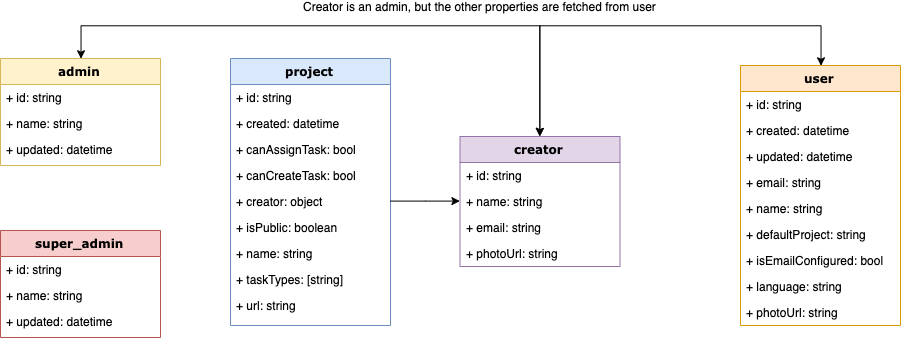
The draw.io diagram docs/firestore_schema.png in Metaburn/doocrate, before a commit. Source tidied: cells renumbered, new cells last; positions are measured from the earlier drawing's top-left corner, leaving out a move shared by most shapes. Source of this version:
```xml
<mxGraphModel background="#ffffff">
  <root>
    <mxCell id="0" />
    <mxCell id="1" parent="0" />
    <mxCell id="2" style="edgeStyle=orthogonalEdgeStyle;rounded=0;jettySize=auto;html=1;exitX=0.5;exitY=0;exitDx=0;exitDy=0;entryX=0.5;entryY=0;entryDx=0;entryDy=0;startArrow=classic;startFill=1;" parent="1" edge="1" source="4" target="20">
      <mxGeometry relative="1" as="geometry">
        <Array as="points">
          <mxPoint x="81" />
          <mxPoint x="539" />
        </Array>
      </mxGeometry>
    </mxCell>
    <mxCell id="3" value="Creator is an admin, but the other properties are fetched from user" style="text;html=1;align=center;verticalAlign=middle;labelBackgroundColor=#ffffff;" parent="2" vertex="1">
      <mxGeometry x="-0.05" y="-1" relative="1" as="geometry">
        <mxPoint x="145.5" y="-21" as="offset" />
      </mxGeometry>
    </mxCell>
    <mxCell id="4" value="admin" style="swimlane;html=1;fontStyle=1;align=center;verticalAlign=top;horizontal=1;startSize=26;swimlaneFillColor=#ffffff;rounded=0;shadow=0;comic=0;labelBackgroundColor=none;strokeWidth=1;fillColor=#fff2cc;fontFamily=Verdana;fontSize=12;strokeColor=#d6b656;" parent="1" vertex="1">
      <mxGeometry y="33" width="160" height="107" as="geometry" />
    </mxCell>
    <mxCell id="5" value="+ id: string" style="text;html=1;strokeColor=none;fillColor=none;align=left;verticalAlign=top;spacingLeft=4;spacingRight=4;whiteSpace=wrap;overflow=hidden;points=[[0,0.5],[1,0.5]];portConstraint=eastwest;" parent="4" vertex="1">
      <mxGeometry y="26" width="160" height="26" as="geometry" />
    </mxCell>
    <mxCell id="6" value="+ name: string" style="text;html=1;strokeColor=none;fillColor=none;align=left;verticalAlign=top;spacingLeft=4;spacingRight=4;whiteSpace=wrap;overflow=hidden;" parent="4" vertex="1">
      <mxGeometry y="52" width="160" height="26" as="geometry" />
    </mxCell>
    <mxCell id="7" value="+ updated: datetime" style="text;html=1;strokeColor=none;fillColor=none;align=left;verticalAlign=top;spacingLeft=4;spacingRight=4;whiteSpace=wrap;overflow=hidden;" parent="4" vertex="1">
      <mxGeometry y="78" width="160" height="26" as="geometry" />
    </mxCell>
    <mxCell id="8" value="project" style="swimlane;html=1;fontStyle=1;align=center;verticalAlign=top;horizontal=1;startSize=26;swimlaneFillColor=#ffffff;rounded=0;shadow=0;comic=0;labelBackgroundColor=none;strokeWidth=1;fillColor=#dae8fc;fontFamily=Verdana;fontSize=12;strokeColor=#6c8ebf;" parent="1" vertex="1">
      <mxGeometry x="230" y="33" width="160" height="267" as="geometry" />
    </mxCell>
    <mxCell id="9" value="+ id: string" style="text;html=1;strokeColor=none;fillColor=none;align=left;verticalAlign=top;spacingLeft=4;spacingRight=4;whiteSpace=wrap;overflow=hidden;points=[[0,0.5],[1,0.5]];portConstraint=eastwest;" parent="8" vertex="1">
      <mxGeometry y="26" width="160" height="26" as="geometry" />
    </mxCell>
    <mxCell id="10" value="+ created: datetime" style="text;html=1;strokeColor=none;fillColor=none;align=left;verticalAlign=top;spacingLeft=4;spacingRight=4;whiteSpace=wrap;overflow=hidden;" parent="8" vertex="1">
      <mxGeometry y="52" width="160" height="26" as="geometry" />
    </mxCell>
    <mxCell id="11" value="+ canAssignTask: bool" style="text;html=1;strokeColor=none;fillColor=none;align=left;verticalAlign=top;spacingLeft=4;spacingRight=4;whiteSpace=wrap;overflow=hidden;" parent="8" vertex="1">
      <mxGeometry y="78" width="160" height="26" as="geometry" />
    </mxCell>
    <mxCell id="12" value="+ canCreateTask: bool" style="text;html=1;strokeColor=none;fillColor=none;align=left;verticalAlign=top;spacingLeft=4;spacingRight=4;whiteSpace=wrap;overflow=hidden;" parent="8" vertex="1">
      <mxGeometry y="104" width="160" height="26" as="geometry" />
    </mxCell>
    <mxCell id="13" value="+ creator: object" style="text;html=1;strokeColor=none;fillColor=none;align=left;verticalAlign=top;spacingLeft=4;spacingRight=4;whiteSpace=wrap;overflow=hidden;points=[[0,0.5],[1,0.5]];portConstraint=eastwest;" parent="8" vertex="1">
      <mxGeometry y="130" width="160" height="26" as="geometry" />
    </mxCell>
    <mxCell id="14" value="+ isPublic: boolean" style="text;html=1;strokeColor=none;fillColor=none;align=left;verticalAlign=top;spacingLeft=4;spacingRight=4;whiteSpace=wrap;overflow=hidden;" parent="8" vertex="1">
      <mxGeometry y="156" width="160" height="26" as="geometry" />
    </mxCell>
    <mxCell id="15" value="+ name: string" style="text;html=1;strokeColor=none;fillColor=none;align=left;verticalAlign=top;spacingLeft=4;spacingRight=4;whiteSpace=wrap;overflow=hidden;" parent="8" vertex="1">
      <mxGeometry y="182" width="160" height="26" as="geometry" />
    </mxCell>
    <mxCell id="16" value="+ taskTypes: [string]" style="text;html=1;strokeColor=none;fillColor=none;align=left;verticalAlign=top;spacingLeft=4;spacingRight=4;whiteSpace=wrap;overflow=hidden;" parent="8" vertex="1">
      <mxGeometry y="208" width="160" height="26" as="geometry" />
    </mxCell>
    <mxCell id="17" value="+ url: string" style="text;html=1;strokeColor=none;fillColor=none;align=left;verticalAlign=top;spacingLeft=4;spacingRight=4;whiteSpace=wrap;overflow=hidden;" parent="8" vertex="1">
      <mxGeometry y="234" width="160" height="26" as="geometry" />
    </mxCell>
    <mxCell id="18" style="edgeStyle=orthogonalEdgeStyle;rounded=0;jettySize=auto;html=1;entryX=0;entryY=0.5;entryDx=0;entryDy=0;" parent="1" edge="1" source="13" target="22">
      <mxGeometry relative="1" as="geometry" />
    </mxCell>
    <mxCell id="19" style="edgeStyle=orthogonalEdgeStyle;rounded=0;jettySize=auto;html=1;exitX=0.5;exitY=0;exitDx=0;exitDy=0;entryX=0.5;entryY=0;entryDx=0;entryDy=0;startArrow=classic;startFill=1;" parent="1" edge="1" source="20" target="29">
      <mxGeometry relative="1" as="geometry">
        <Array as="points">
          <mxPoint x="539" />
          <mxPoint x="821" />
        </Array>
      </mxGeometry>
    </mxCell>
    <mxCell id="20" value="creator" style="swimlane;html=1;fontStyle=1;align=center;verticalAlign=top;horizontal=1;startSize=26;swimlaneFillColor=#ffffff;rounded=0;shadow=0;comic=0;labelBackgroundColor=none;strokeWidth=1;fillColor=#e1d5e7;fontFamily=Verdana;fontSize=12;strokeColor=#9673a6;" parent="1" vertex="1">
      <mxGeometry x="459.5" y="111" width="160" height="130" as="geometry" />
    </mxCell>
    <mxCell id="21" value="+ id: string" style="text;html=1;strokeColor=none;fillColor=none;align=left;verticalAlign=top;spacingLeft=4;spacingRight=4;whiteSpace=wrap;overflow=hidden;points=[[0,0.5],[1,0.5]];portConstraint=eastwest;" parent="20" vertex="1">
      <mxGeometry y="26" width="160" height="26" as="geometry" />
    </mxCell>
    <mxCell id="22" value="+ name: string" style="text;html=1;strokeColor=none;fillColor=none;align=left;verticalAlign=top;spacingLeft=4;spacingRight=4;whiteSpace=wrap;overflow=hidden;points=[[0,0.5],[1,0.5]];portConstraint=eastwest;" parent="20" vertex="1">
      <mxGeometry y="52" width="160" height="26" as="geometry" />
    </mxCell>
    <mxCell id="23" value="+ email: string" style="text;html=1;strokeColor=none;fillColor=none;align=left;verticalAlign=top;spacingLeft=4;spacingRight=4;whiteSpace=wrap;overflow=hidden;" parent="20" vertex="1">
      <mxGeometry y="78" width="160" height="26" as="geometry" />
    </mxCell>
    <mxCell id="24" value="+ photoUrl: string" style="text;html=1;strokeColor=none;fillColor=none;align=left;verticalAlign=top;spacingLeft=4;spacingRight=4;whiteSpace=wrap;overflow=hidden;" parent="20" vertex="1">
      <mxGeometry y="104" width="160" height="26" as="geometry" />
    </mxCell>
    <mxCell id="25" value="super_admin" style="swimlane;html=1;fontStyle=1;align=center;verticalAlign=top;horizontal=1;startSize=26;swimlaneFillColor=#ffffff;rounded=0;shadow=0;comic=0;labelBackgroundColor=none;strokeWidth=1;fillColor=#f8cecc;fontFamily=Verdana;fontSize=12;strokeColor=#b85450;" parent="1" vertex="1">
      <mxGeometry y="205" width="160" height="107" as="geometry" />
    </mxCell>
    <mxCell id="26" value="+ id: string" style="text;html=1;strokeColor=none;fillColor=none;align=left;verticalAlign=top;spacingLeft=4;spacingRight=4;whiteSpace=wrap;overflow=hidden;" parent="25" vertex="1">
      <mxGeometry y="26" width="160" height="26" as="geometry" />
    </mxCell>
    <mxCell id="27" value="+ name: string" style="text;html=1;strokeColor=none;fillColor=none;align=left;verticalAlign=top;spacingLeft=4;spacingRight=4;whiteSpace=wrap;overflow=hidden;" parent="25" vertex="1">
      <mxGeometry y="52" width="160" height="26" as="geometry" />
    </mxCell>
    <mxCell id="28" value="+ updated: datetime" style="text;html=1;strokeColor=none;fillColor=none;align=left;verticalAlign=top;spacingLeft=4;spacingRight=4;whiteSpace=wrap;overflow=hidden;" parent="25" vertex="1">
      <mxGeometry y="78" width="160" height="26" as="geometry" />
    </mxCell>
    <mxCell id="29" value="user" style="swimlane;html=1;fontStyle=1;align=center;verticalAlign=top;horizontal=1;startSize=26;swimlaneFillColor=#ffffff;rounded=0;shadow=0;comic=0;labelBackgroundColor=none;strokeWidth=1;fillColor=#ffe6cc;fontFamily=Verdana;fontSize=12;strokeColor=#d79b00;" parent="1" vertex="1">
      <mxGeometry x="740" y="40" width="160" height="260" as="geometry" />
    </mxCell>
    <mxCell id="30" value="+ id: string" style="text;html=1;strokeColor=none;fillColor=none;align=left;verticalAlign=top;spacingLeft=4;spacingRight=4;whiteSpace=wrap;overflow=hidden;points=[[0,0.5],[1,0.5]];portConstraint=eastwest;" parent="29" vertex="1">
      <mxGeometry y="26" width="160" height="26" as="geometry" />
    </mxCell>
    <mxCell id="31" value="+ created: datetime" style="text;html=1;strokeColor=none;fillColor=none;align=left;verticalAlign=top;spacingLeft=4;spacingRight=4;whiteSpace=wrap;overflow=hidden;" parent="29" vertex="1">
      <mxGeometry y="52" width="160" height="26" as="geometry" />
    </mxCell>
    <mxCell id="32" value="+ updated: datetime" style="text;html=1;strokeColor=none;fillColor=none;align=left;verticalAlign=top;spacingLeft=4;spacingRight=4;whiteSpace=wrap;overflow=hidden;" parent="29" vertex="1">
      <mxGeometry y="78" width="160" height="26" as="geometry" />
    </mxCell>
    <mxCell id="33" value="+ email: string" style="text;html=1;strokeColor=none;fillColor=none;align=left;verticalAlign=top;spacingLeft=4;spacingRight=4;whiteSpace=wrap;overflow=hidden;" parent="29" vertex="1">
      <mxGeometry y="104" width="160" height="26" as="geometry" />
    </mxCell>
    <mxCell id="34" value="+ name: string" style="text;html=1;strokeColor=none;fillColor=none;align=left;verticalAlign=top;spacingLeft=4;spacingRight=4;whiteSpace=wrap;overflow=hidden;" parent="29" vertex="1">
      <mxGeometry y="130" width="160" height="26" as="geometry" />
    </mxCell>
    <mxCell id="35" value="+ defaultProject: string" style="text;html=1;strokeColor=none;fillColor=none;align=left;verticalAlign=top;spacingLeft=4;spacingRight=4;whiteSpace=wrap;overflow=hidden;" parent="29" vertex="1">
      <mxGeometry y="156" width="160" height="26" as="geometry" />
    </mxCell>
    <mxCell id="36" value="+ isEmailConfigured: bool" style="text;html=1;strokeColor=none;fillColor=none;align=left;verticalAlign=top;spacingLeft=4;spacingRight=4;whiteSpace=wrap;overflow=hidden;" parent="29" vertex="1">
      <mxGeometry y="182" width="160" height="26" as="geometry" />
    </mxCell>
    <mxCell id="37" value="+ language: string" style="text;html=1;strokeColor=none;fillColor=none;align=left;verticalAlign=top;spacingLeft=4;spacingRight=4;whiteSpace=wrap;overflow=hidden;" parent="29" vertex="1">
      <mxGeometry y="208" width="160" height="26" as="geometry" />
    </mxCell>
    <mxCell id="38" value="+ photoUrl: string" style="text;html=1;strokeColor=none;fillColor=none;align=left;verticalAlign=top;spacingLeft=4;spacingRight=4;whiteSpace=wrap;overflow=hidden;" parent="29" vertex="1">
      <mxGeometry y="234" width="160" height="26" as="geometry" />
    </mxCell>
  </root>
</mxGraphModel>
```
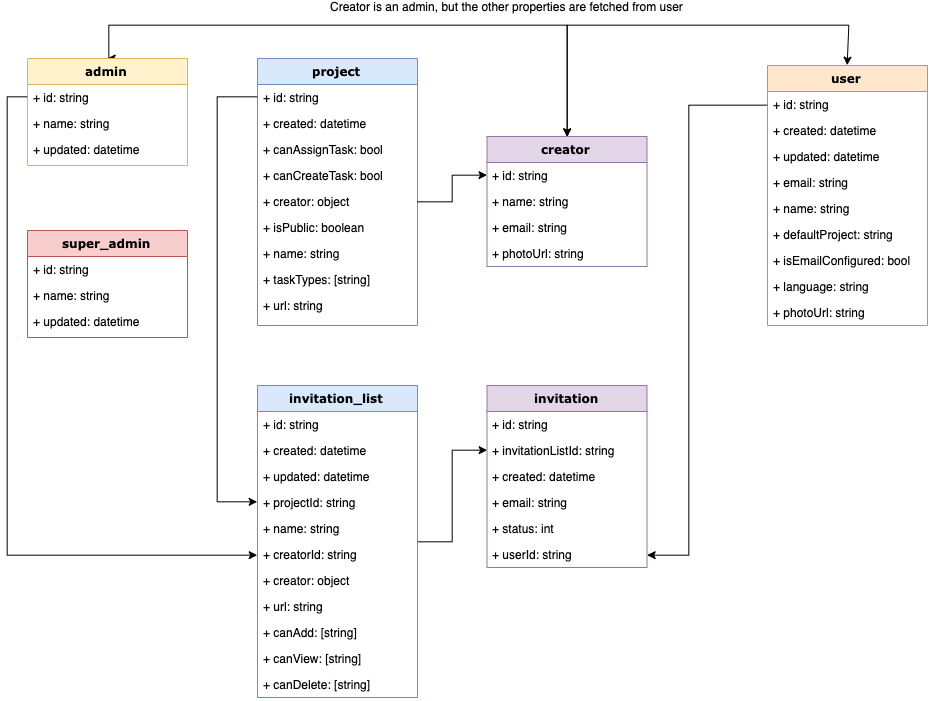
Later version of the same file.

Commit message:
Added database documentation to invitation system feature

Added invitation list and invitation collections for supporting invitation status per user

Diff of the diagram source:
```diff
@@ -57,7 +57,7 @@
     <mxCell id="17" value="+ url: string" style="text;html=1;strokeColor=none;fillColor=none;align=left;verticalAlign=top;spacingLeft=4;spacingRight=4;whiteSpace=wrap;overflow=hidden;" parent="8" vertex="1">
       <mxGeometry y="234" width="160" height="26" as="geometry" />
     </mxCell>
-    <mxCell id="18" style="edgeStyle=orthogonalEdgeStyle;rounded=0;jettySize=auto;html=1;entryX=0;entryY=0.5;entryDx=0;entryDy=0;" parent="1" edge="1" source="13" target="22">
+    <mxCell id="18" style="edgeStyle=orthogonalEdgeStyle;rounded=0;jettySize=auto;html=1;" parent="1" edge="1" source="13" target="21">
       <mxGeometry relative="1" as="geometry" />
     </mxCell>
     <mxCell id="19" style="edgeStyle=orthogonalEdgeStyle;rounded=0;jettySize=auto;html=1;exitX=0.5;exitY=0;exitDx=0;exitDy=0;entryX=0.5;entryY=0;entryDx=0;entryDy=0;startArrow=classic;startFill=1;" parent="1" edge="1" source="20" target="29">
@@ -125,5 +125,84 @@
     <mxCell id="38" value="+ photoUrl: string" style="text;html=1;strokeColor=none;fillColor=none;align=left;verticalAlign=top;spacingLeft=4;spacingRight=4;whiteSpace=wrap;overflow=hidden;" parent="29" vertex="1">
       <mxGeometry y="234" width="160" height="26" as="geometry" />
     </mxCell>
+    <mxCell id="39" style="edgeStyle=orthogonalEdgeStyle;rounded=0;jettySize=auto;html=1;startArrow=none;startFill=0;entryX=0;entryY=0.5;entryDx=0;entryDy=0;" parent="1" edge="1" source="40" target="54">
+      <mxGeometry relative="1" as="geometry" />
+    </mxCell>
+    <mxCell id="40" value="invitation_list" style="swimlane;html=1;fontStyle=1;align=center;verticalAlign=top;horizontal=1;startSize=26;swimlaneFillColor=#ffffff;rounded=0;shadow=0;comic=0;labelBackgroundColor=none;strokeWidth=1;fillColor=#dae8fc;fontFamily=Verdana;fontSize=12;strokeColor=#6c8ebf;" parent="1" vertex="1">
+      <mxGeometry x="230" y="360" width="160" height="312" as="geometry" />
+    </mxCell>
+    <mxCell id="41" value="+ id: string" style="text;html=1;strokeColor=none;fillColor=none;align=left;verticalAlign=top;spacingLeft=4;spacingRight=4;whiteSpace=wrap;overflow=hidden;" parent="40" vertex="1">
+      <mxGeometry y="26" width="160" height="26" as="geometry" />
+    </mxCell>
+    <mxCell id="42" value="+ created: datetime" style="text;html=1;strokeColor=none;fillColor=none;align=left;verticalAlign=top;spacingLeft=4;spacingRight=4;whiteSpace=wrap;overflow=hidden;" parent="40" vertex="1">
+      <mxGeometry y="52" width="160" height="26" as="geometry" />
+    </mxCell>
+    <mxCell id="43" value="+ updated: datetime" style="text;html=1;strokeColor=none;fillColor=none;align=left;verticalAlign=top;spacingLeft=4;spacingRight=4;whiteSpace=wrap;overflow=hidden;" parent="40" vertex="1">
+      <mxGeometry y="78" width="160" height="26" as="geometry" />
+    </mxCell>
+    <mxCell id="44" value="+ projectId: string" style="text;html=1;strokeColor=none;fillColor=none;align=left;verticalAlign=top;spacingLeft=4;spacingRight=4;whiteSpace=wrap;overflow=hidden;points=[[0,0.5],[1,0.5]];portConstraint=eastwest;" parent="40" vertex="1">
+      <mxGeometry y="104" width="160" height="26" as="geometry" />
+    </mxCell>
+    <mxCell id="45" value="+ name: string" style="text;html=1;strokeColor=none;fillColor=none;align=left;verticalAlign=top;spacingLeft=4;spacingRight=4;whiteSpace=wrap;overflow=hidden;" parent="40" vertex="1">
+      <mxGeometry y="130" width="160" height="26" as="geometry" />
+    </mxCell>
+    <mxCell id="46" value="+ creatorId: string" style="text;html=1;strokeColor=none;fillColor=none;align=left;verticalAlign=top;spacingLeft=4;spacingRight=4;whiteSpace=wrap;overflow=hidden;points=[[0,0.5],[1,0.5]];portConstraint=eastwest;" parent="40" vertex="1">
+      <mxGeometry y="156" width="160" height="26" as="geometry" />
+    </mxCell>
+    <mxCell id="47" value="+ creator: object" style="text;html=1;strokeColor=none;fillColor=none;align=left;verticalAlign=top;spacingLeft=4;spacingRight=4;whiteSpace=wrap;overflow=hidden;" parent="40" vertex="1">
+      <mxGeometry y="182" width="160" height="26" as="geometry" />
+    </mxCell>
+    <mxCell id="48" value="+ url: string" style="text;html=1;strokeColor=none;fillColor=none;align=left;verticalAlign=top;spacingLeft=4;spacingRight=4;whiteSpace=wrap;overflow=hidden;" parent="40" vertex="1">
+      <mxGeometry y="208" width="160" height="26" as="geometry" />
+    </mxCell>
+    <mxCell id="49" value="+ canAdd: [string]" style="text;html=1;strokeColor=none;fillColor=none;align=left;verticalAlign=top;spacingLeft=4;spacingRight=4;whiteSpace=wrap;overflow=hidden;" parent="40" vertex="1">
+      <mxGeometry y="234" width="160" height="26" as="geometry" />
+    </mxCell>
+    <mxCell id="50" value="+ canView: [string]" style="text;html=1;strokeColor=none;fillColor=none;align=left;verticalAlign=top;spacingLeft=4;spacingRight=4;whiteSpace=wrap;overflow=hidden;" parent="40" vertex="1">
+      <mxGeometry y="260" width="160" height="26" as="geometry" />
+    </mxCell>
+    <mxCell id="51" value="+ canDelete: [string]" style="text;html=1;strokeColor=none;fillColor=none;align=left;verticalAlign=top;spacingLeft=4;spacingRight=4;whiteSpace=wrap;overflow=hidden;" parent="40" vertex="1">
+      <mxGeometry y="286" width="160" height="26" as="geometry" />
+    </mxCell>
+    <mxCell id="52" value="invitation" style="swimlane;html=1;fontStyle=1;align=center;verticalAlign=top;horizontal=1;startSize=26;swimlaneFillColor=#ffffff;rounded=0;shadow=0;comic=0;labelBackgroundColor=none;strokeWidth=1;fillColor=#e1d5e7;fontFamily=Verdana;fontSize=12;strokeColor=#9673a6;" parent="1" vertex="1">
+      <mxGeometry x="459.5" y="360" width="160" height="182" as="geometry" />
+    </mxCell>
+    <mxCell id="53" value="+ id: string" style="text;html=1;strokeColor=none;fillColor=none;align=left;verticalAlign=top;spacingLeft=4;spacingRight=4;whiteSpace=wrap;overflow=hidden;" parent="52" vertex="1">
+      <mxGeometry y="26" width="160" height="26" as="geometry" />
+    </mxCell>
+    <mxCell id="54" value="+ invitationListId: string" style="text;html=1;strokeColor=none;fillColor=none;align=left;verticalAlign=top;spacingLeft=4;spacingRight=4;whiteSpace=wrap;overflow=hidden;points=[[0,0.5],[1,0.5]];portConstraint=eastwest;" parent="52" vertex="1">
+      <mxGeometry y="52" width="160" height="26" as="geometry" />
+    </mxCell>
+    <mxCell id="55" value="+ created: datetime" style="text;html=1;strokeColor=none;fillColor=none;align=left;verticalAlign=top;spacingLeft=4;spacingRight=4;whiteSpace=wrap;overflow=hidden;" parent="52" vertex="1">
+      <mxGeometry y="78" width="160" height="26" as="geometry" />
+    </mxCell>
+    <mxCell id="56" value="+ email: string" style="text;html=1;strokeColor=none;fillColor=none;align=left;verticalAlign=top;spacingLeft=4;spacingRight=4;whiteSpace=wrap;overflow=hidden;" parent="52" vertex="1">
+      <mxGeometry y="104" width="160" height="26" as="geometry" />
+    </mxCell>
+    <mxCell id="57" value="+ status: int" style="text;html=1;strokeColor=none;fillColor=none;align=left;verticalAlign=top;spacingLeft=4;spacingRight=4;whiteSpace=wrap;overflow=hidden;" parent="52" vertex="1">
+      <mxGeometry y="130" width="160" height="26" as="geometry" />
+    </mxCell>
+    <mxCell id="58" value="+ userId: string" style="text;html=1;strokeColor=none;fillColor=none;align=left;verticalAlign=top;spacingLeft=4;spacingRight=4;whiteSpace=wrap;overflow=hidden;points=[[0,0.5],[1,0.5]];portConstraint=eastwest;" parent="52" vertex="1">
+      <mxGeometry y="156" width="160" height="26" as="geometry" />
+    </mxCell>
+    <mxCell id="59" style="edgeStyle=orthogonalEdgeStyle;rounded=0;jettySize=auto;html=1;exitX=0;exitY=0.5;exitDx=0;exitDy=0;entryX=0;entryY=0.5;entryDx=0;entryDy=0;startArrow=none;startFill=0;" parent="1" edge="1" source="9" target="44">
+      <mxGeometry relative="1" as="geometry">
+        <Array as="points">
+          <mxPoint x="190" y="72" />
+          <mxPoint x="190" y="477" />
+        </Array>
+      </mxGeometry>
+    </mxCell>
+    <mxCell id="60" style="edgeStyle=orthogonalEdgeStyle;rounded=0;jettySize=auto;html=1;exitX=0;exitY=0.5;exitDx=0;exitDy=0;entryX=1;entryY=0.5;entryDx=0;entryDy=0;startArrow=none;startFill=0;" parent="1" edge="1" source="30" target="58">
+      <mxGeometry relative="1" as="geometry">
+        <Array as="points">
+          <mxPoint x="661" y="79" />
+          <mxPoint x="661" y="529" />
+        </Array>
+      </mxGeometry>
+    </mxCell>
+    <mxCell id="61" style="edgeStyle=orthogonalEdgeStyle;rounded=0;jettySize=auto;html=1;exitX=0;exitY=0.5;exitDx=0;exitDy=0;entryX=0;entryY=0.5;entryDx=0;entryDy=0;startArrow=none;startFill=0;" parent="1" edge="1" source="5" target="46">
+      <mxGeometry relative="1" as="geometry" />
+    </mxCell>
   </root>
 </mxGraphModel>
```
